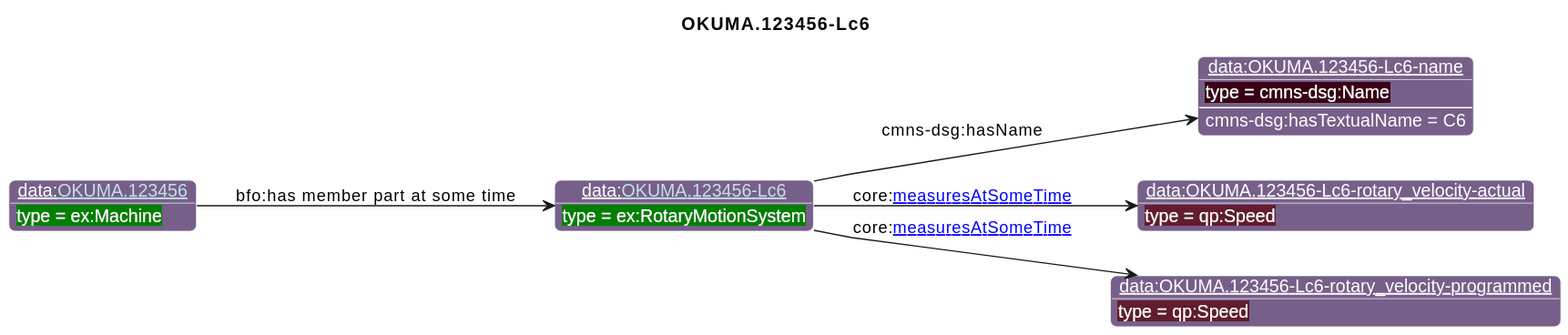
Before: diagrams/OKUMA.123456-Lc6.svg, a diagram exported from PlantUML (iofoundry/example-syseng-mtconnect).
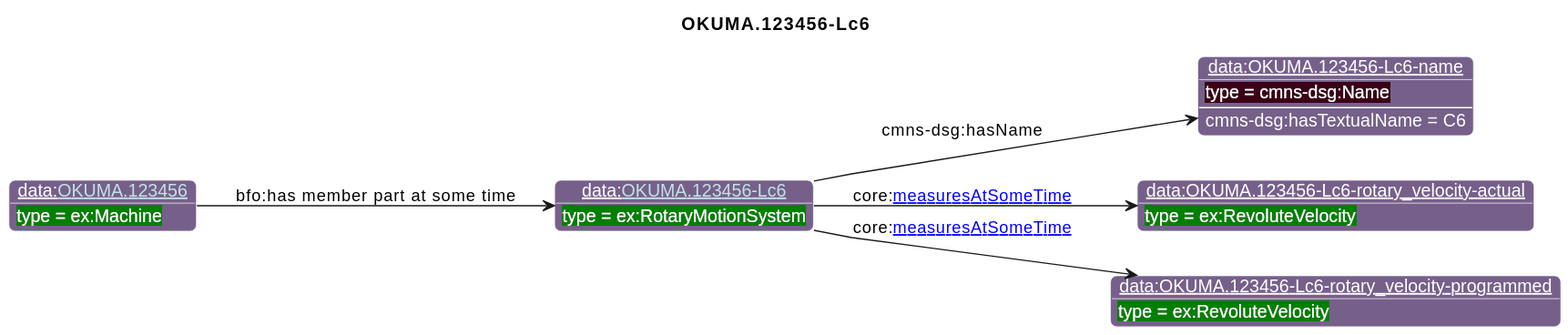
After the commit.

Diff of the diagram source:
```diff
@@ -21,8 +21,8 @@
 }
 individual(o1, data:[[./OKUMA.123456-Lc6.html OKUMA.123456-Lc6]], ex:RotaryMotionSystem)
 individual(o2, data:OKUMA.123456-Lc6-name, cmns-dsg:Name)
-individual(o3, data:OKUMA.123456-Lc6-rotary_velocity-actual, qp:Speed)
-individual(o4, data:OKUMA.123456-Lc6-rotary_velocity-programmed, qp:Speed)
+individual(o3, data:OKUMA.123456-Lc6-rotary_velocity-actual, ex:RevoluteVelocity)
+individual(o4, data:OKUMA.123456-Lc6-rotary_velocity-programmed, ex:RevoluteVelocity)
 individual(o5, data:[[./OKUMA.123456.html OKUMA.123456]], ex:Machine)
 property(o1, cmns-dsg:hasName, o2)
 data(o2, cmns-dsg:hasTextualName, C6)
```
